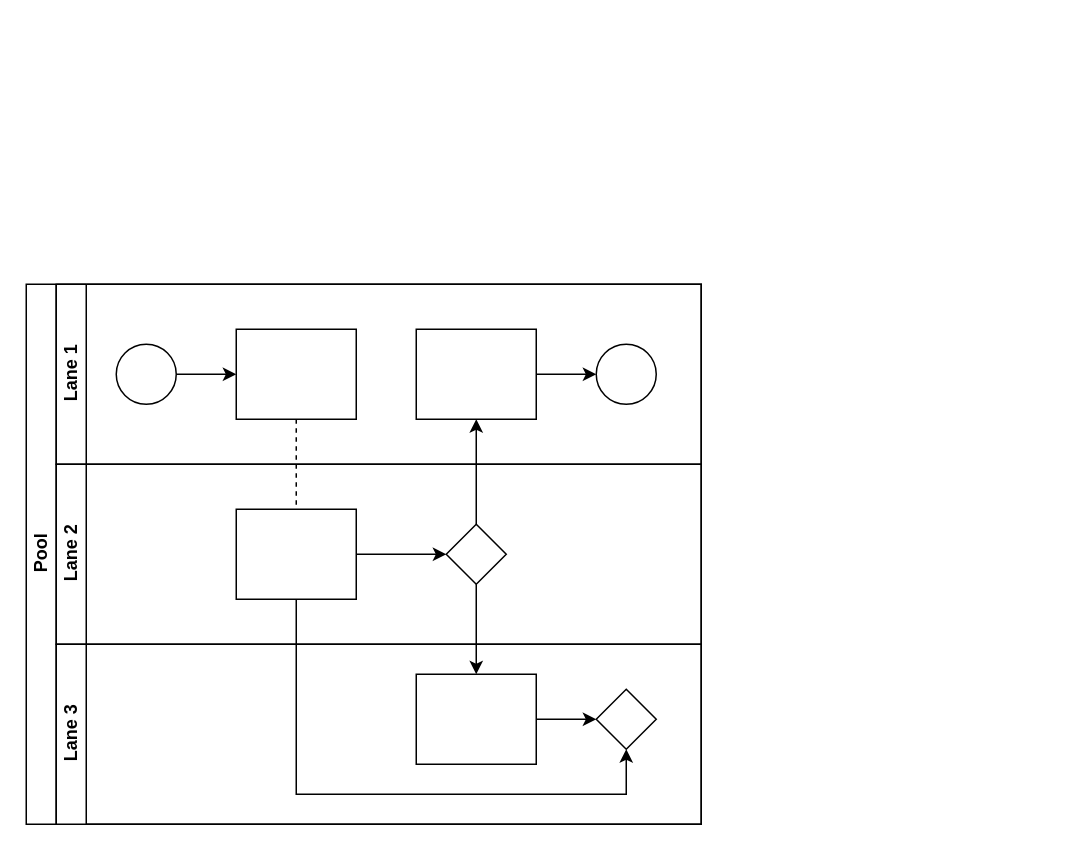
The draw.io diagram Untitled Diagram.drawio in yanling/mycleaninglist, before the edit. Source tidied: cells renumbered, new cells numbered last; positions are measured from the earlier drawing's top-left corner, leaving out a move shared by most shapes. Both pictures are drawn from the tidied source at 150%, with x=0, y=0 at pixel (26, 284).
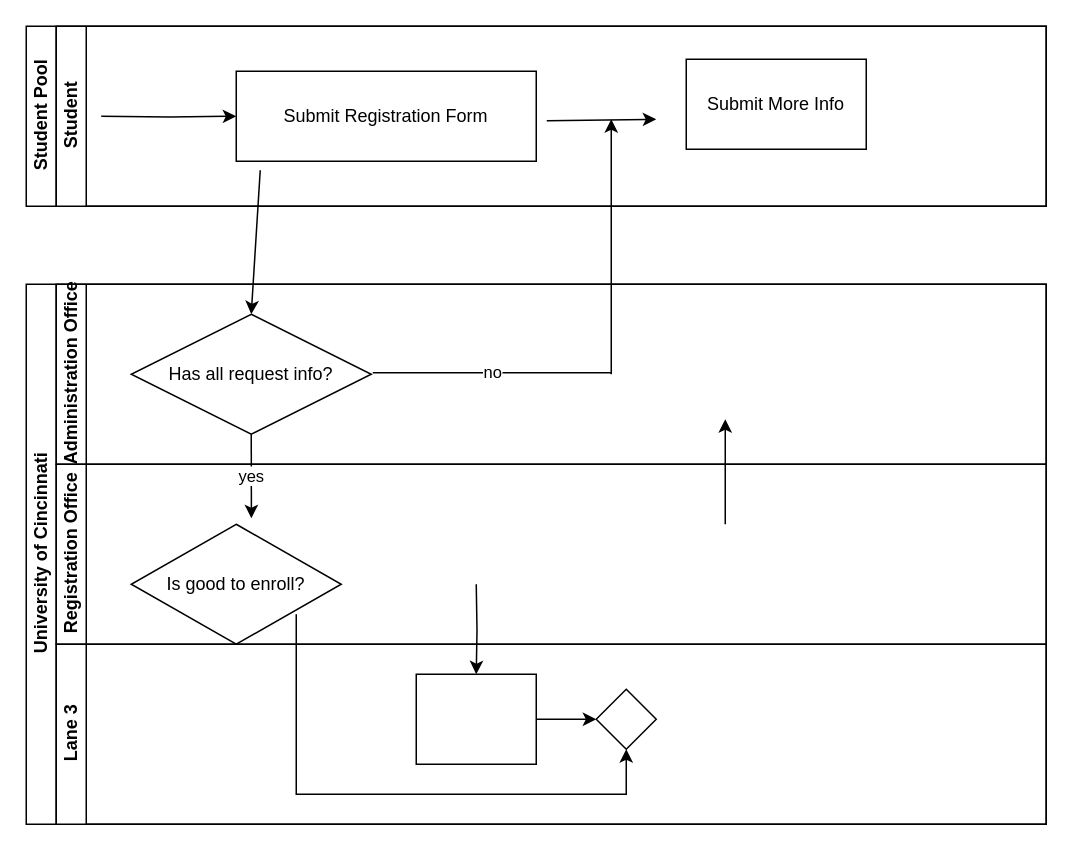
After the change.

The change refers to these unchanged cells:
```xml
<mxCell id="20" style="rounded=0;whiteSpace=wrap;html=1;fontFamily=Helvetica;fontSize=12;fontColor=#000000;align=center;" parent="18" vertex="1">
  <mxGeometry x="240" y="20" width="80" height="60" as="geometry" />
</mxCell>
<mxCell id="21" style="rhombus;whiteSpace=wrap;html=1;fontFamily=Helvetica;fontSize=12;fontColor=#000000;align=center;" parent="18" vertex="1">
  <mxGeometry x="360" y="30" width="40" height="40" as="geometry" />
</mxCell>
```

Change to the diagram source:
```diff
@@
-    <mxCell id="2" value="Pool" style="swimlane;html=1;horizontal=0;startSize=20;" parent="1" vertex="1">
-      <mxGeometry width="450" height="360" as="geometry" />
+    <mxCell id="2" value="University of Cincinnati" style="swimlane;html=1;horizontal=0;startSize=20;" parent="1" vertex="1">
+      <mxGeometry width="680" height="360" as="geometry" />
     </mxCell>
-    <mxCell id="3" style="edgeStyle=orthogonalEdgeStyle;rounded=0;jettySize=auto;html=1;dashed=1;endArrow=none;endFill=0;" parent="2" edge="1" source="10" target="16">
-      <mxGeometry relative="1" as="geometry" />
-    </mxCell>
-    <mxCell id="4" style="edgeStyle=orthogonalEdgeStyle;rounded=0;jettySize=auto;html=1;endArrow=classic;endFill=1;" parent="2" edge="1" source="17" target="12">
-      <mxGeometry relative="1" as="geometry" />
+    <mxCell id="4" style="edgeStyle=orthogonalEdgeStyle;rounded=0;orthogonalLoop=1;jettySize=auto;html=1;endArrow=classic;endFill=1;" parent="2" edge="1">
+      <mxGeometry relative="1" as="geometry">
+        <mxPoint x="466" y="160" as="sourcePoint" />
+        <mxPoint x="466" y="90" as="targetPoint" />
+      </mxGeometry>
     </mxCell>
-    <mxCell id="5" style="edgeStyle=orthogonalEdgeStyle;rounded=0;jettySize=auto;html=1;endArrow=classic;endFill=1;" parent="2" edge="1" source="17" target="20">
-      <mxGeometry relative="1" as="geometry" />
+    <mxCell id="5" style="edgeStyle=orthogonalEdgeStyle;rounded=0;jettySize=auto;html=1;endArrow=classic;endFill=1;" parent="2" edge="1" target="20">
+      <mxGeometry relative="1" as="geometry">
+        <mxPoint x="300" y="200" as="sourcePoint" />
+      </mxGeometry>
     </mxCell>
-    <mxCell id="6" style="edgeStyle=orthogonalEdgeStyle;rounded=0;jettySize=auto;html=1;endArrow=classic;endFill=1;" parent="2" edge="1" source="16" target="21">
+    <mxCell id="6" style="edgeStyle=orthogonalEdgeStyle;rounded=0;jettySize=auto;html=1;endArrow=classic;endFill=1;" parent="2" edge="1" target="21">
       <mxGeometry relative="1" as="geometry">
+        <mxPoint x="180" y="220" as="sourcePoint" />
         <Array as="points">
           <mxPoint x="180" y="340" />
           <mxPoint x="400" y="340" />
         </Array>
       </mxGeometry>
     </mxCell>
-    <mxCell id="7" value="Lane 1" style="swimlane;html=1;startSize=20;horizontal=0;" parent="2" vertex="1">
-      <mxGeometry x="20" width="430" height="120" as="geometry" />
+    <mxCell id="7" value="Administration Office" style="swimlane;html=1;startSize=20;horizontal=0;" parent="2" vertex="1">
+      <mxGeometry x="20" width="660" height="120" as="geometry" />
     </mxCell>
-    <mxCell id="8" style="edgeStyle=orthogonalEdgeStyle;rounded=0;jettySize=auto;html=1;" parent="7" edge="1" source="9" target="10">
-      <mxGeometry relative="1" as="geometry" />
-    </mxCell>
-    <mxCell id="9" style="ellipse;whiteSpace=wrap;html=1;" parent="7" vertex="1">
-      <mxGeometry x="40" y="40" width="40" height="40" as="geometry" />
-    </mxCell>
-    <mxCell id="10" style="rounded=0;whiteSpace=wrap;html=1;fontFamily=Helvetica;fontSize=12;fontColor=#000000;align=center;" parent="7" vertex="1">
-      <mxGeometry x="120" y="30" width="80" height="60" as="geometry" />
-    </mxCell>
-    <mxCell id="11" style="edgeStyle=orthogonalEdgeStyle;rounded=0;jettySize=auto;html=1;endArrow=classic;endFill=1;" parent="7" edge="1" source="12" target="13">
-      <mxGeometry relative="1" as="geometry" />
-    </mxCell>
-    <mxCell id="12" style="rounded=0;whiteSpace=wrap;html=1;fontFamily=Helvetica;fontSize=12;fontColor=#000000;align=center;" parent="7" vertex="1">
-      <mxGeometry x="240" y="30" width="80" height="60" as="geometry" />
-    </mxCell>
-    <mxCell id="13" style="ellipse;whiteSpace=wrap;html=1;" parent="7" vertex="1">
-      <mxGeometry x="360" y="40" width="40" height="40" as="geometry" />
-    </mxCell>
+    <mxCell id="22" value="Has all request info?" style="rhombus;whiteSpace=wrap;html=1;" parent="7" vertex="1">
+      <mxGeometry x="50" y="20" width="160" height="80" as="geometry" />
+    </mxCell>
+    <mxCell id="23" value="no" style="endArrow=none;html=1;rounded=0;exitX=1;exitY=0.5;exitDx=0;exitDy=0;" parent="7" edge="1">
+      <mxGeometry relative="1" as="geometry">
+        <mxPoint x="211" y="59" as="sourcePoint" />
+        <mxPoint x="370" y="59" as="targetPoint" />
+      </mxGeometry>
+    </mxCell>
+    <mxCell id="24" style="endArrow=classic;html=1;rounded=0;" parent="7" edge="1">
+      <mxGeometry relative="1" as="geometry">
+        <mxPoint x="370" y="60" as="sourcePoint" />
+        <mxPoint x="370" y="-110" as="targetPoint" />
+      </mxGeometry>
+    </mxCell>
-    <mxCell id="14" value="Lane 2" style="swimlane;html=1;startSize=20;horizontal=0;" parent="2" vertex="1">
-      <mxGeometry x="20" y="120" width="430" height="120" as="geometry" />
+    <mxCell id="14" value="Registration Office" style="swimlane;html=1;startSize=20;horizontal=0;" parent="2" vertex="1">
+      <mxGeometry x="20" y="120" width="660" height="120" as="geometry" />
     </mxCell>
-    <mxCell id="15" style="edgeStyle=orthogonalEdgeStyle;rounded=0;jettySize=auto;html=1;endArrow=classic;endFill=1;" parent="14" edge="1" source="16" target="17">
-      <mxGeometry relative="1" as="geometry" />
-    </mxCell>
-    <mxCell id="16" style="rounded=0;whiteSpace=wrap;html=1;fontFamily=Helvetica;fontSize=12;fontColor=#000000;align=center;" parent="14" vertex="1">
-      <mxGeometry x="120" y="30" width="80" height="60" as="geometry" />
-    </mxCell>
-    <mxCell id="17" style="rhombus;whiteSpace=wrap;html=1;fontFamily=Helvetica;fontSize=12;fontColor=#000000;align=center;" parent="14" vertex="1">
-      <mxGeometry x="260" y="40" width="40" height="40" as="geometry" />
-    </mxCell>
+    <mxCell id="25" value="Is good to enroll?" style="rhombus;whiteSpace=wrap;html=1;" parent="14" vertex="1">
+      <mxGeometry x="50" y="40" width="140" height="80" as="geometry" />
+    </mxCell>
     <mxCell id="18" value="Lane 3" style="swimlane;html=1;startSize=20;horizontal=0;" parent="2" vertex="1">
-      <mxGeometry x="20" y="240" width="430" height="120" as="geometry" />
+      <mxGeometry x="20" y="240" width="660" height="120" as="geometry" />
     </mxCell>
@@
+    <mxCell id="26" value="yes" style="endArrow=classic;html=1;rounded=0;exitX=0.5;exitY=1;exitDx=0;exitDy=0;entryX=0.563;entryY=-0.067;entryDx=0;entryDy=0;entryPerimeter=0;" parent="2" edge="1" source="22">
+      <mxGeometry relative="1" as="geometry">
+        <mxPoint x="150.1" y="156" as="targetPoint" />
+      </mxGeometry>
+    </mxCell>
+    <mxCell id="27" value="Student Pool" style="swimlane;html=1;horizontal=0;startSize=20;" parent="1" vertex="1">
+      <mxGeometry y="-172" width="680" height="120" as="geometry" />
+    </mxCell>
+    <mxCell id="28" value="Student" style="swimlane;html=1;startSize=20;horizontal=0;" parent="27" vertex="1">
+      <mxGeometry x="20" width="660" height="120" as="geometry" />
+    </mxCell>
+    <mxCell id="29" style="edgeStyle=orthogonalEdgeStyle;rounded=0;jettySize=auto;html=1;" parent="28" edge="1" target="30">
+      <mxGeometry relative="1" as="geometry">
+        <mxPoint x="30" y="60" as="sourcePoint" />
+      </mxGeometry>
+    </mxCell>
+    <mxCell id="30" value="Submit Registration Form" style="rounded=0;whiteSpace=wrap;html=1;fontFamily=Helvetica;fontSize=12;fontColor=#000000;align=center;" parent="28" vertex="1">
+      <mxGeometry x="120" y="30" width="200" height="60" as="geometry" />
+    </mxCell>
+    <mxCell id="31" style="endArrow=classic;html=1;rounded=0;exitX=1.035;exitY=0.55;exitDx=0;exitDy=0;exitPerimeter=0;" parent="28" edge="1" source="30">
+      <mxGeometry relative="1" as="geometry">
+        <mxPoint x="400" y="62" as="targetPoint" />
+      </mxGeometry>
+    </mxCell>
+    <mxCell id="32" value="Submit More Info" style="rounded=0;whiteSpace=wrap;html=1;" parent="28" vertex="1">
+      <mxGeometry x="420" y="22" width="120" height="60" as="geometry" />
+    </mxCell>
+    <mxCell id="33" style="endArrow=classic;html=1;rounded=0;exitX=0.455;exitY=1.1;exitDx=0;exitDy=0;exitPerimeter=0;entryX=0.5;entryY=0;entryDx=0;entryDy=0;" parent="1" edge="1" target="22">
+      <mxGeometry relative="1" as="geometry">
+        <mxPoint x="156" y="-76" as="sourcePoint" />
+      </mxGeometry>
+    </mxCell>
```
